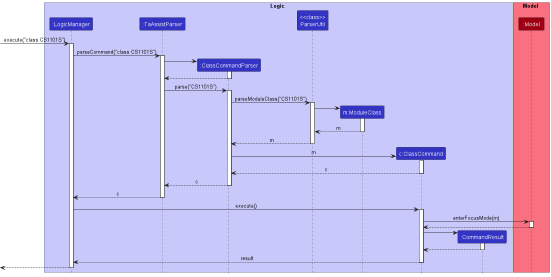
Before: docs/images/FocusModeSequenceDiagram.png, a diagram exported from PlantUML (nus-cs2103-AY2223S1/tp). Source of this version:
```plantuml
@startuml
!include style.puml

box Logic LOGIC_COLOR_T1
participant ":LogicManager" as LogicManager LOGIC_COLOR
participant ":TaAssistParser" as TaAssistParser LOGIC_COLOR
participant ":ClassCommandParser" as ClassCommandParser LOGIC_COLOR
participant "<<class>>\nParserUtil" as ParserUtil LOGIC_COLOR
participant "m:ModuleClass" as ModuleClass LOGIC_COLOR
participant "c:ClassCommand" as ClassCommand LOGIC_COLOR
participant ":CommandResult" as CommandResult LOGIC_COLOR
end box

box Model MODEL_COLOR_T1
participant ":Model" as Model MODEL_COLOR
end box

[-> LogicManager : execute("class CS1101S")
activate LogicManager

LogicManager -> TaAssistParser : parseCommand("class CS1101S")
activate TaAssistParser

create ClassCommandParser
TaAssistParser -> ClassCommandParser
activate ClassCommandParser

ClassCommandParser --> TaAssistParser
deactivate ClassCommandParser

TaAssistParser -> ClassCommandParser: parse("CS1101S")
activate ClassCommandParser

ClassCommandParser -> ParserUtil: parseModuleClass("CS1101S")
activate ParserUtil

create ModuleClass
ParserUtil -> ModuleClass
activate ModuleClass

ModuleClass --> ParserUtil: m
deactivate ModuleClass

ParserUtil --> ClassCommandParser: m
deactivate ParserUtil

create ClassCommand
ClassCommandParser -> ClassCommand: m
activate ClassCommand

ClassCommand --> ClassCommandParser: c
deactivate ClassCommand

ClassCommandParser --> TaAssistParser: c
deactivate ClassCommandParser

TaAssistParser --> LogicManager: c
deactivate TaAssistParser

LogicManager -> ClassCommand: execute()
activate ClassCommand

ClassCommand -> Model: enterFocusMode(m)
activate Model

Model --> ClassCommand
deactivate Model

create CommandResult
ClassCommand -> CommandResult
activate CommandResult

CommandResult --> ClassCommand
deactivate CommandResult

ClassCommand --> LogicManager: result
deactivate ClassCommand

LogicManager -->[
deactivate LogicManager

@enduml
```
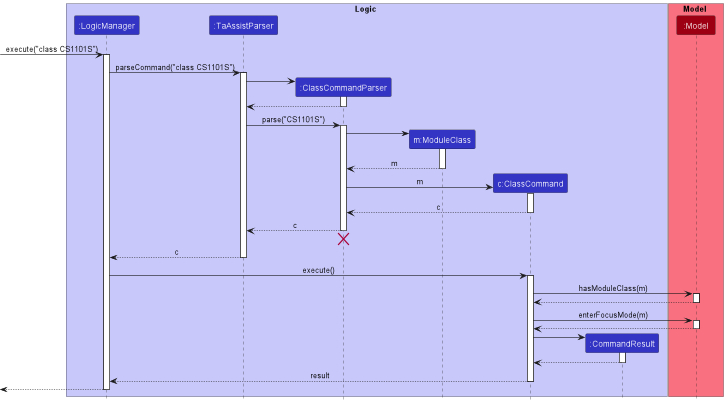
The same diagram one commit later.

The edit, as a diff of the source:
```diff
@@ -5,7 +5,6 @@
 participant ":LogicManager" as LogicManager LOGIC_COLOR
 participant ":TaAssistParser" as TaAssistParser LOGIC_COLOR
 participant ":ClassCommandParser" as ClassCommandParser LOGIC_COLOR
-participant "<<class>>\nParserUtil" as ParserUtil LOGIC_COLOR
 participant "m:ModuleClass" as ModuleClass LOGIC_COLOR
 participant "c:ClassCommand" as ClassCommand LOGIC_COLOR
 participant ":CommandResult" as CommandResult LOGIC_COLOR
@@ -31,18 +30,14 @@
 TaAssistParser -> ClassCommandParser: parse("CS1101S")
 activate ClassCommandParser
 
-ClassCommandParser -> ParserUtil: parseModuleClass("CS1101S")
-activate ParserUtil
 
 create ModuleClass
-ParserUtil -> ModuleClass
+ClassCommandParser -> ModuleClass
 activate ModuleClass
 
-ModuleClass --> ParserUtil: m
+ModuleClass --> ClassCommandParser: m
 deactivate ModuleClass
 
-ParserUtil --> ClassCommandParser: m
-deactivate ParserUtil
 
 create ClassCommand
 ClassCommandParser -> ClassCommand: m
@@ -53,6 +48,8 @@
 
 ClassCommandParser --> TaAssistParser: c
 deactivate ClassCommandParser
+ClassCommandParser -[hidden]-> TaAssistParser
+destroy ClassCommandParser
 
 TaAssistParser --> LogicManager: c
 deactivate TaAssistParser
@@ -60,9 +57,13 @@
 LogicManager -> ClassCommand: execute()
 activate ClassCommand
 
+ClassCommand -> Model: hasModuleClass(m)
+activate Model
+Model --> ClassCommand
+deactivate Model
+
 ClassCommand -> Model: enterFocusMode(m)
 activate Model
-
 Model --> ClassCommand
 deactivate Model
 
```
